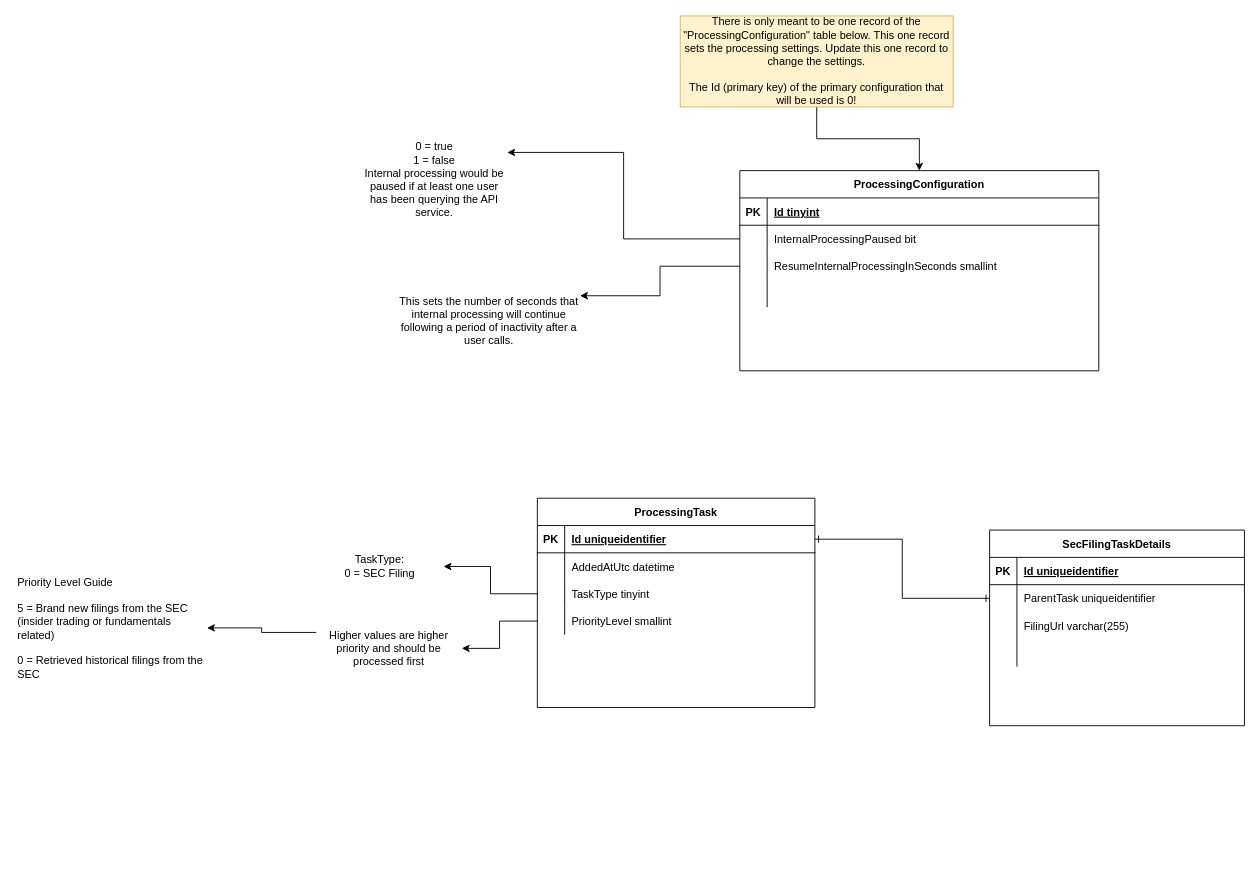
Earlier version of the draw.io diagram AletheiaProcessingQueueErd.drawio (TimHanewich/Aletheia-Engine-Library). Source tidied: cells renumbered, new cells numbered last; positions are measured from the earlier drawing's top-left corner, leaving out a move shared by most shapes. Both pictures are drawn from the tidied source at 91%, with x=0, y=0 at pixel (15, 15).
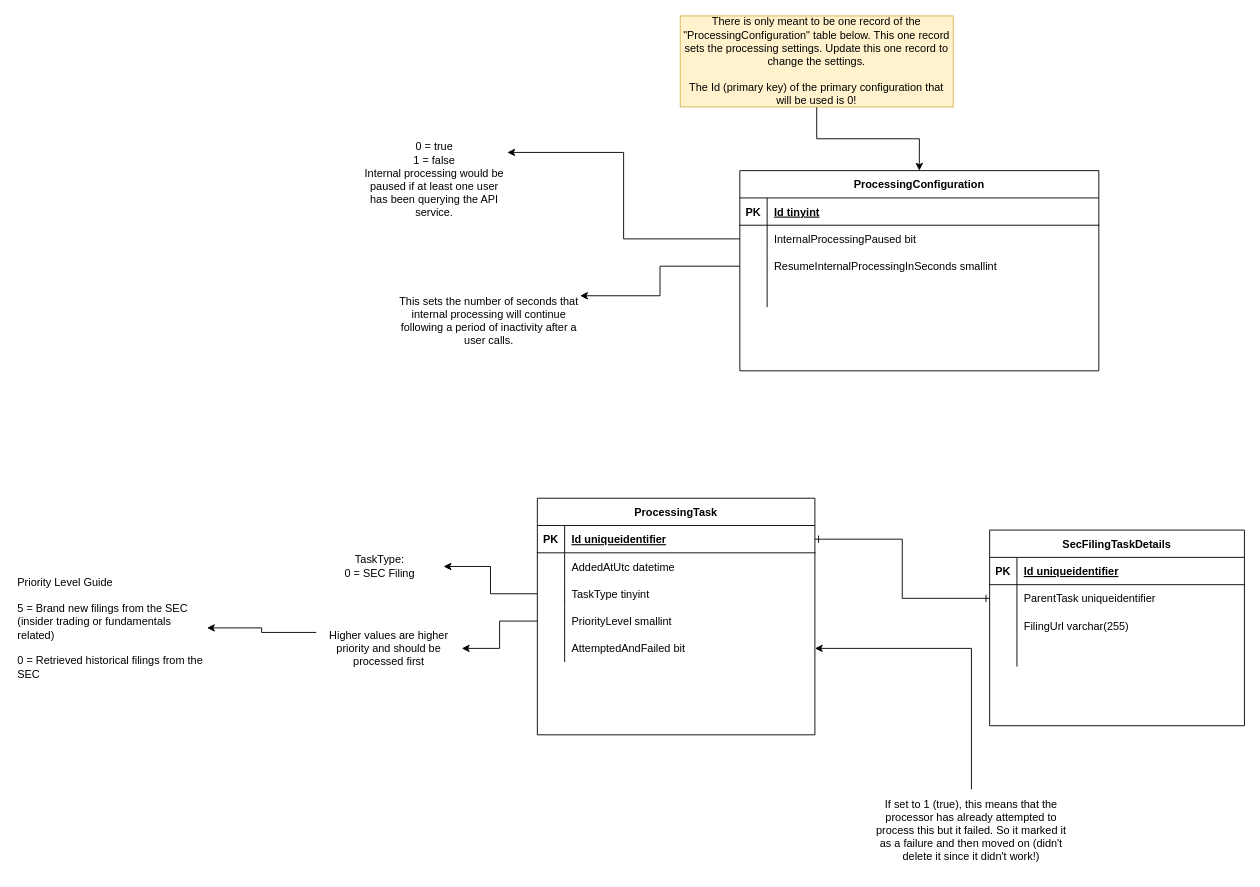
After the change.

Commit message:
Added AttemptedAndFailed column to ProcessingTask table

The edit, as a diff of the source:
```diff
@@
     <mxCell id="2" value="ProcessingTask" style="shape=table;startSize=30;childLayout=tableLayout;rowLines=0;fontStyle=1;align=center;" parent="1" vertex="1">
-      <mxGeometry x="573" y="530" width="305" height="230" as="geometry" />
+      <mxGeometry x="573" y="530" width="305" height="260" as="geometry" />
     </mxCell>
@@
+    <mxCell id="54" style="shape=partialRectangle;fillColor=none;top=0;left=0;bottom=0;right=0;points=[[0,0.5],[1,0.5]];portConstraint=eastwest;" parent="2" vertex="1">
+      <mxGeometry y="150" width="305" height="30" as="geometry" />
+    </mxCell>
+    <mxCell id="55" style="shape=partialRectangle;fillColor=none;top=0;left=0;bottom=0;right=0;overflow=hidden;" parent="54" vertex="1">
+      <mxGeometry width="30" height="30" as="geometry" />
+    </mxCell>
+    <mxCell id="56" value="AttemptedAndFailed bit" style="shape=partialRectangle;fillColor=none;top=0;left=0;bottom=0;right=0;align=left;spacingLeft=6;overflow=hidden;" parent="54" vertex="1">
+      <mxGeometry x="30" width="275" height="30" as="geometry" />
+    </mxCell>
@@
+    <mxCell id="57" style="edgeStyle=orthogonalEdgeStyle;rounded=0;jettySize=auto;html=1;exitX=0.5;exitY=0;exitDx=0;exitDy=0;entryX=1;entryY=0.5;entryDx=0;entryDy=0;" parent="1" edge="1" source="58" target="54">
+      <mxGeometry relative="1" as="geometry" />
+    </mxCell>
+    <mxCell id="58" value="If set to 1 (true), this means that the processor has already attempted to process this but it failed. So it marked it as a failure and then moved on (didn't delete it since it didn't work!)" style="text;html=1;strokeColor=none;fillColor=none;align=center;verticalAlign=middle;whiteSpace=wrap;rounded=0;" parent="1" vertex="1">
+      <mxGeometry x="940" y="850" width="220" height="90" as="geometry" />
+    </mxCell>
```
